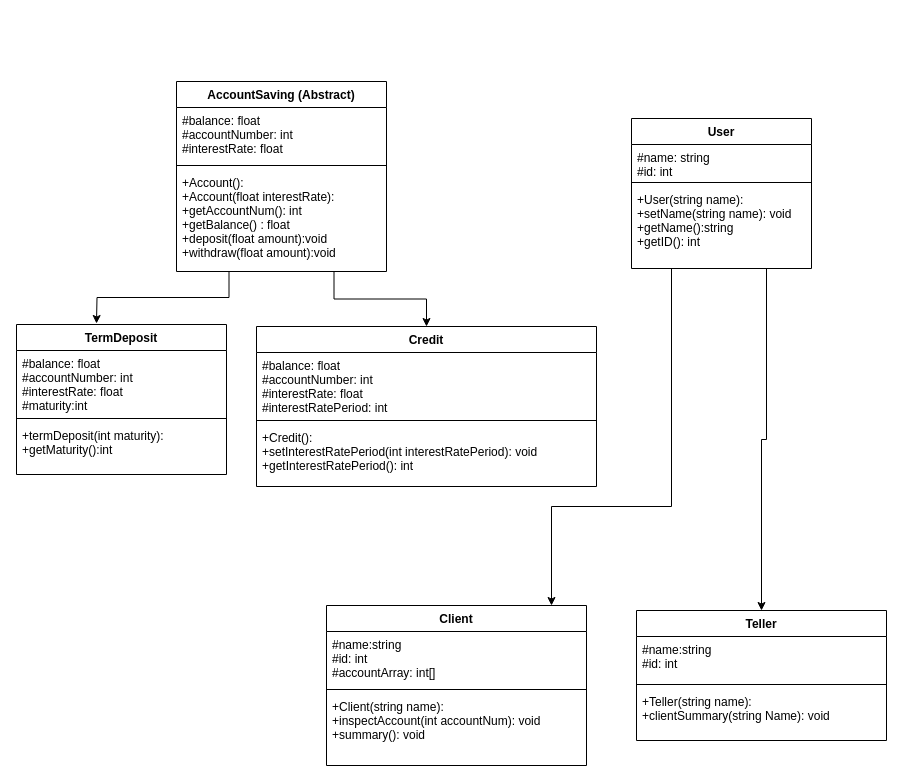
Before: BANK.drawio in ooyendyk/OOP-MajorPractical-S2, a draw.io diagram. Source tidied: cells renumbered, new cells numbered last; positions are measured from the earlier drawing's top-left corner, leaving out a move shared by most shapes. Both pictures are drawn from the tidied source at 100%, with x=0, y=0 at pixel (16, 81).
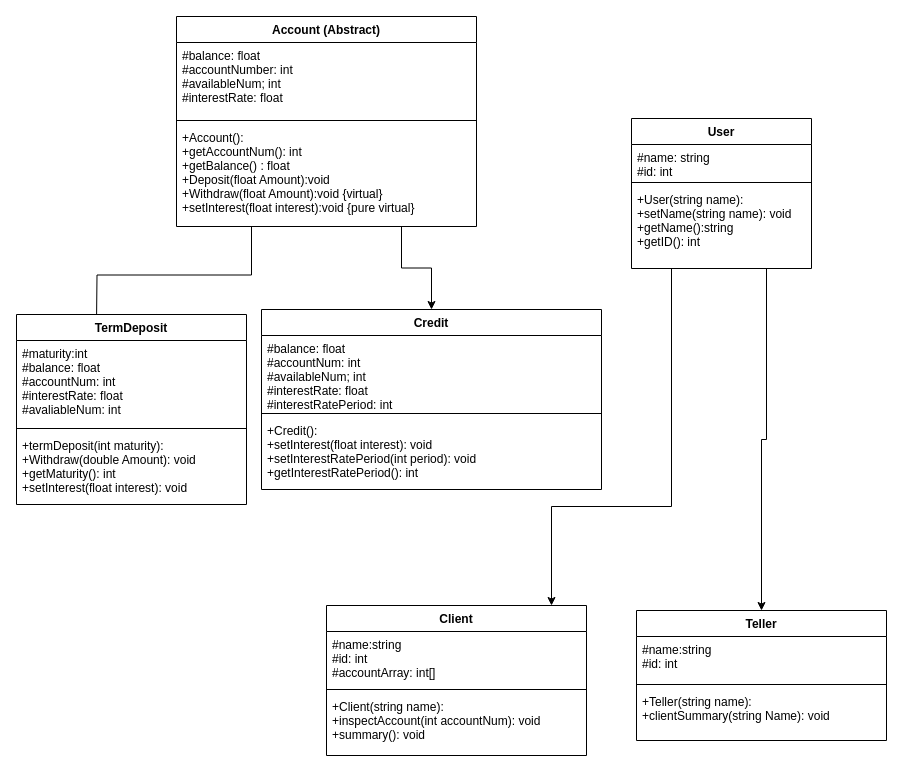
After the change.

Commit message (it also covers changes not shown here):
Added Account, Credit and termDeposit tests

Diff of the diagram source:
```diff
@@
-    <mxCell id="4" value="AccountSaving (Abstract)" style="swimlane;fontStyle=1;align=center;verticalAlign=top;horizontal=1;startSize=26;" parent="1" vertex="1">
-      <mxGeometry x="160" width="210" height="190" as="geometry" />
+    <mxCell id="4" value="Account (Abstract)" style="swimlane;fontStyle=1;align=center;verticalAlign=top;horizontal=1;startSize=26;" parent="1" vertex="1">
+      <mxGeometry x="160" y="-65" width="300" height="210" as="geometry" />
     </mxCell>
-    <mxCell id="5" value="#balance: float&#10;#accountNumber: int&#10;#interestRate: float&#10;" style="text;strokeColor=none;fillColor=none;align=left;verticalAlign=top;spacingLeft=4;spacingRight=4;overflow=hidden;" parent="4" vertex="1">
-      <mxGeometry y="26" width="210" height="54" as="geometry" />
+    <mxCell id="5" value="#balance: float&#10;#accountNumber: int&#10;#availableNum; int&#10;#interestRate: float" style="text;strokeColor=none;fillColor=none;align=left;verticalAlign=top;spacingLeft=4;spacingRight=4;overflow=hidden;" parent="4" vertex="1">
+      <mxGeometry y="26" width="300" height="74" as="geometry" />
     </mxCell>
     <mxCell id="6" style="line;strokeWidth=1;fillColor=none;align=left;verticalAlign=middle;spacingTop=-1;spacingLeft=3;spacingRight=3;labelPosition=right;" parent="4" vertex="1">
-      <mxGeometry y="80" width="210" height="8" as="geometry" />
+      <mxGeometry y="100" width="300" height="8" as="geometry" />
     </mxCell>
-    <mxCell id="7" value="+Account():&#10;+Account(float interestRate):&#10;+getAccountNum(): int&#10;+getBalance() : float&#10;+deposit(float amount):void&#10;+withdraw(float amount):void&#10;&#10;&#10;" style="text;strokeColor=none;fillColor=none;align=left;verticalAlign=top;spacingLeft=4;spacingRight=4;overflow=hidden;" parent="4" vertex="1">
-      <mxGeometry y="88" width="210" height="102" as="geometry" />
+    <mxCell id="7" value="+Account():&#10;+getAccountNum(): int&#10;+getBalance() : float&#10;+Deposit(float Amount):void&#10;+Withdraw(float Amount):void {virtual}&#10;+setInterest(float interest):void {pure virtual} &#10;&#10;&#10;&#10;" style="text;strokeColor=none;fillColor=none;align=left;verticalAlign=top;spacingLeft=4;spacingRight=4;overflow=hidden;" parent="4" vertex="1">
+      <mxGeometry y="108" width="300" height="102" as="geometry" />
     </mxCell>
     <mxCell id="8" value="Credit" style="swimlane;fontStyle=1;align=center;verticalAlign=top;horizontal=1;startSize=26;" parent="1" vertex="1">
-      <mxGeometry x="240" y="245" width="340" height="160" as="geometry" />
+      <mxGeometry x="245" y="228" width="340" height="180" as="geometry" />
     </mxCell>
-    <mxCell id="9" value="#balance: float&#10;#accountNumber: int&#10;#interestRate: float&#10;#interestRatePeriod: int&#10;&#10;" style="text;strokeColor=none;fillColor=none;align=left;verticalAlign=top;spacingLeft=4;spacingRight=4;overflow=hidden;" parent="8" vertex="1">
-      <mxGeometry y="26" width="340" height="64" as="geometry" />
+    <mxCell id="9" value="#balance: float&#10;#accountNum: int&#10;#availableNum; int&#10;#interestRate: float&#10;#interestRatePeriod: int&#10;&#10;" style="text;strokeColor=none;fillColor=none;align=left;verticalAlign=top;spacingLeft=4;spacingRight=4;overflow=hidden;" parent="8" vertex="1">
+      <mxGeometry y="26" width="340" height="74" as="geometry" />
     </mxCell>
     <mxCell id="10" style="line;strokeWidth=1;fillColor=none;align=left;verticalAlign=middle;spacingTop=-1;spacingLeft=3;spacingRight=3;labelPosition=right;" parent="8" vertex="1">
-      <mxGeometry y="90" width="340" height="8" as="geometry" />
+      <mxGeometry y="100" width="340" height="8" as="geometry" />
     </mxCell>
-    <mxCell id="11" value="+Credit():&#10;+setInterestRatePeriod(int interestRatePeriod): void&#10;+getInterestRatePeriod(): int&#10;" style="text;strokeColor=none;fillColor=none;align=left;verticalAlign=top;spacingLeft=4;spacingRight=4;overflow=hidden;" parent="8" vertex="1">
-      <mxGeometry y="98" width="340" height="62" as="geometry" />
+    <mxCell id="11" value="+Credit():&#10;+setInterest(float interest): void&#10;+setInterestRatePeriod(int period): void&#10;+getInterestRatePeriod(): int&#10;" style="text;strokeColor=none;fillColor=none;align=left;verticalAlign=top;spacingLeft=4;spacingRight=4;overflow=hidden;" parent="8" vertex="1">
+      <mxGeometry y="108" width="340" height="72" as="geometry" />
     </mxCell>
@@
     <mxCell id="18" value="Client" style="swimlane;fontStyle=1;align=center;verticalAlign=top;horizontal=1;startSize=26;" parent="1" vertex="1">
-      <mxGeometry x="310" y="524" width="260" height="160" as="geometry" />
+      <mxGeometry x="310" y="524" width="260" height="150" as="geometry" />
     </mxCell>
@@
     <mxCell id="21" value="+Client(string name):&#10;+inspectAccount(int accountNum): void&#10;+summary(): void&#10;" style="text;strokeColor=none;fillColor=none;align=left;verticalAlign=top;spacingLeft=4;spacingRight=4;overflow=hidden;" parent="18" vertex="1">
-      <mxGeometry y="88" width="260" height="72" as="geometry" />
+      <mxGeometry y="88" width="260" height="62" as="geometry" />
     </mxCell>
@@
     <mxCell id="26" value="TermDeposit" style="swimlane;fontStyle=1;align=center;verticalAlign=top;horizontal=1;startSize=26;" parent="1" vertex="1">
-      <mxGeometry y="243" width="210" height="150" as="geometry" />
+      <mxGeometry y="233" width="230" height="190" as="geometry" />
     </mxCell>
-    <mxCell id="27" value="#balance: float&#10;#accountNumber: int&#10;#interestRate: float&#10;#maturity:int&#10;" style="text;strokeColor=none;fillColor=none;align=left;verticalAlign=top;spacingLeft=4;spacingRight=4;overflow=hidden;" parent="26" vertex="1">
-      <mxGeometry y="26" width="210" height="64" as="geometry" />
+    <mxCell id="27" value="#maturity:int&#10;#balance: float&#10;#accountNum: int&#10;#interestRate: float&#10;#avaliableNum: int&#10;&#10;" style="text;strokeColor=none;fillColor=none;align=left;verticalAlign=top;spacingLeft=4;spacingRight=4;overflow=hidden;" parent="26" vertex="1">
+      <mxGeometry y="26" width="230" height="84" as="geometry" />
     </mxCell>
     <mxCell id="28" style="line;strokeWidth=1;fillColor=none;align=left;verticalAlign=middle;spacingTop=-1;spacingLeft=3;spacingRight=3;labelPosition=right;" parent="26" vertex="1">
-      <mxGeometry y="90" width="210" height="8" as="geometry" />
+      <mxGeometry y="110" width="230" height="8" as="geometry" />
     </mxCell>
-    <mxCell id="29" value="+termDeposit(int maturity):&#10;+getMaturity():int&#10;" style="text;strokeColor=none;fillColor=none;align=left;verticalAlign=top;spacingLeft=4;spacingRight=4;overflow=hidden;" parent="26" vertex="1">
-      <mxGeometry y="98" width="210" height="52" as="geometry" />
+    <mxCell id="29" value="+termDeposit(int maturity):&#10;+Withdraw(double Amount): void&#10;+getMaturity(): int&#10;+setInterest(float interest): void&#10;" style="text;strokeColor=none;fillColor=none;align=left;verticalAlign=top;spacingLeft=4;spacingRight=4;overflow=hidden;" parent="26" vertex="1">
+      <mxGeometry y="118" width="230" height="72" as="geometry" />
     </mxCell>
```
